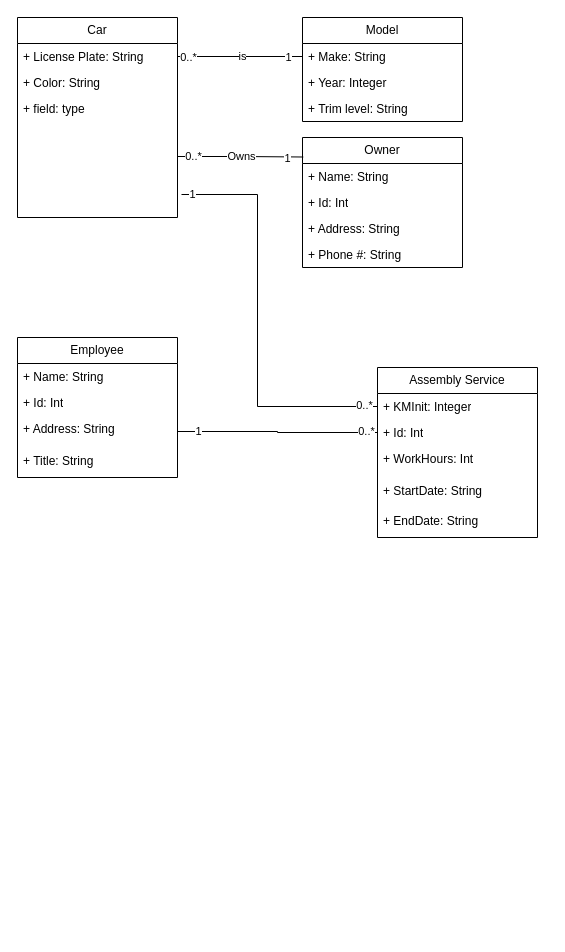
Earlier version of the draw.io diagram 4314ass1parta.drawio (DylanBriSmith/4313Drawings). Source tidied: cells renumbered, new cells numbered last; positions are measured from the earlier drawing's top-left corner, leaving out a move shared by most shapes. Both pictures are drawn from the tidied source at 100%, with x=0, y=0 at pixel (17, 17).
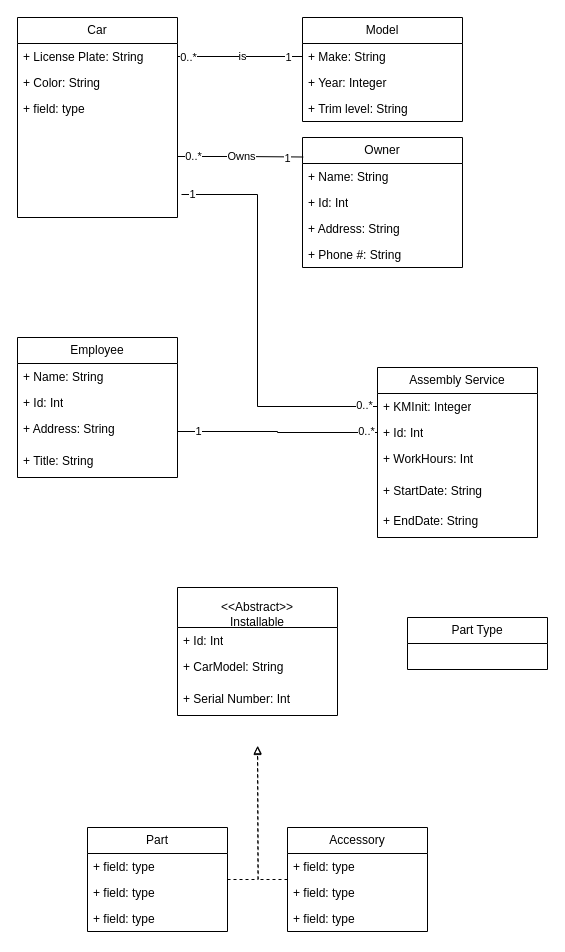
Above is the later version.

Change to the diagram source:
```diff
@@
+    <mxCell id="39" value="&lt;br&gt;&lt;div&gt;&amp;lt;&amp;lt;Abstract&amp;gt;&amp;gt;&lt;/div&gt;&lt;div&gt;Installable&lt;/div&gt;" style="swimlane;fontStyle=0;horizontal=1;startSize=40;fillColor=none;whiteSpace=wrap;html=1;" parent="1" vertex="1">
+      <mxGeometry x="160" y="570" width="160" height="128" as="geometry" />
+    </mxCell>
+    <mxCell id="40" value="+ Id: Int" style="text;strokeColor=none;fillColor=none;align=left;verticalAlign=top;spacingLeft=4;spacingRight=4;overflow=hidden;whiteSpace=wrap;html=1;" parent="39" vertex="1">
+      <mxGeometry y="40" width="160" height="26" as="geometry" />
+    </mxCell>
+    <mxCell id="41" value="+ CarModel: String" style="text;strokeColor=none;fillColor=none;align=left;verticalAlign=top;spacingLeft=4;spacingRight=4;overflow=hidden;whiteSpace=wrap;html=1;" parent="39" vertex="1">
+      <mxGeometry y="66" width="160" height="32" as="geometry" />
+    </mxCell>
+    <mxCell id="42" value="&lt;div&gt;+ Serial Number: Int&lt;/div&gt;" style="text;strokeColor=none;fillColor=none;align=left;verticalAlign=top;spacingLeft=4;spacingRight=4;overflow=hidden;whiteSpace=wrap;html=1;" parent="39" vertex="1">
+      <mxGeometry y="98" width="160" height="30" as="geometry" />
+    </mxCell>
+    <mxCell id="43" value="Part" style="swimlane;fontStyle=0;horizontal=1;startSize=26;fillColor=none;whiteSpace=wrap;html=1;" parent="1" vertex="1">
+      <mxGeometry x="70" y="810" width="140" height="104" as="geometry" />
+    </mxCell>
+    <mxCell id="44" value="+ field: type" style="text;strokeColor=none;fillColor=none;align=left;verticalAlign=top;spacingLeft=4;spacingRight=4;overflow=hidden;whiteSpace=wrap;html=1;" parent="43" vertex="1">
+      <mxGeometry y="26" width="140" height="26" as="geometry" />
+    </mxCell>
+    <mxCell id="45" value="+ field: type" style="text;strokeColor=none;fillColor=none;align=left;verticalAlign=top;spacingLeft=4;spacingRight=4;overflow=hidden;whiteSpace=wrap;html=1;" parent="43" vertex="1">
+      <mxGeometry y="52" width="140" height="26" as="geometry" />
+    </mxCell>
+    <mxCell id="46" value="+ field: type" style="text;strokeColor=none;fillColor=none;align=left;verticalAlign=top;spacingLeft=4;spacingRight=4;overflow=hidden;whiteSpace=wrap;html=1;" parent="43" vertex="1">
+      <mxGeometry y="78" width="140" height="26" as="geometry" />
+    </mxCell>
+    <mxCell id="47" value="Accessory" style="swimlane;fontStyle=0;horizontal=1;startSize=26;fillColor=none;whiteSpace=wrap;html=1;" parent="1" vertex="1">
+      <mxGeometry x="270" y="810" width="140" height="104" as="geometry" />
+    </mxCell>
+    <mxCell id="48" value="+ field: type" style="text;strokeColor=none;fillColor=none;align=left;verticalAlign=top;spacingLeft=4;spacingRight=4;overflow=hidden;whiteSpace=wrap;html=1;" parent="47" vertex="1">
+      <mxGeometry y="26" width="140" height="26" as="geometry" />
+    </mxCell>
+    <mxCell id="49" value="+ field: type" style="text;strokeColor=none;fillColor=none;align=left;verticalAlign=top;spacingLeft=4;spacingRight=4;overflow=hidden;whiteSpace=wrap;html=1;" parent="47" vertex="1">
+      <mxGeometry y="52" width="140" height="26" as="geometry" />
+    </mxCell>
+    <mxCell id="50" value="+ field: type" style="text;strokeColor=none;fillColor=none;align=left;verticalAlign=top;spacingLeft=4;spacingRight=4;overflow=hidden;whiteSpace=wrap;html=1;" parent="47" vertex="1">
+      <mxGeometry y="78" width="140" height="26" as="geometry" />
+    </mxCell>
+    <mxCell id="51" style="edgeStyle=orthogonalEdgeStyle;rounded=0;jettySize=auto;html=1;entryX=0.501;entryY=1.002;entryDx=0;entryDy=0;entryPerimeter=0;endArrow=block;endFill=0;strokeWidth=1;dashed=1;" parent="1" edge="1" source="43">
+      <mxGeometry relative="1" as="geometry">
+        <mxPoint x="240.2" y="728.1" as="targetPoint" />
+      </mxGeometry>
+    </mxCell>
+    <mxCell id="52" style="edgeStyle=orthogonalEdgeStyle;rounded=0;jettySize=auto;html=1;entryX=0.5;entryY=1.034;entryDx=0;entryDy=0;entryPerimeter=0;endArrow=block;endFill=0;dashed=1;" parent="1" edge="1" source="47">
+      <mxGeometry relative="1" as="geometry">
+        <mxPoint x="240" y="729" as="targetPoint" />
+      </mxGeometry>
+    </mxCell>
+    <mxCell id="53" value="Part Type" style="swimlane;fontStyle=0;horizontal=1;startSize=26;fillColor=none;whiteSpace=wrap;html=1;" parent="1" vertex="1">
+      <mxGeometry x="390" y="600" width="140" height="52" as="geometry" />
+    </mxCell>
```
